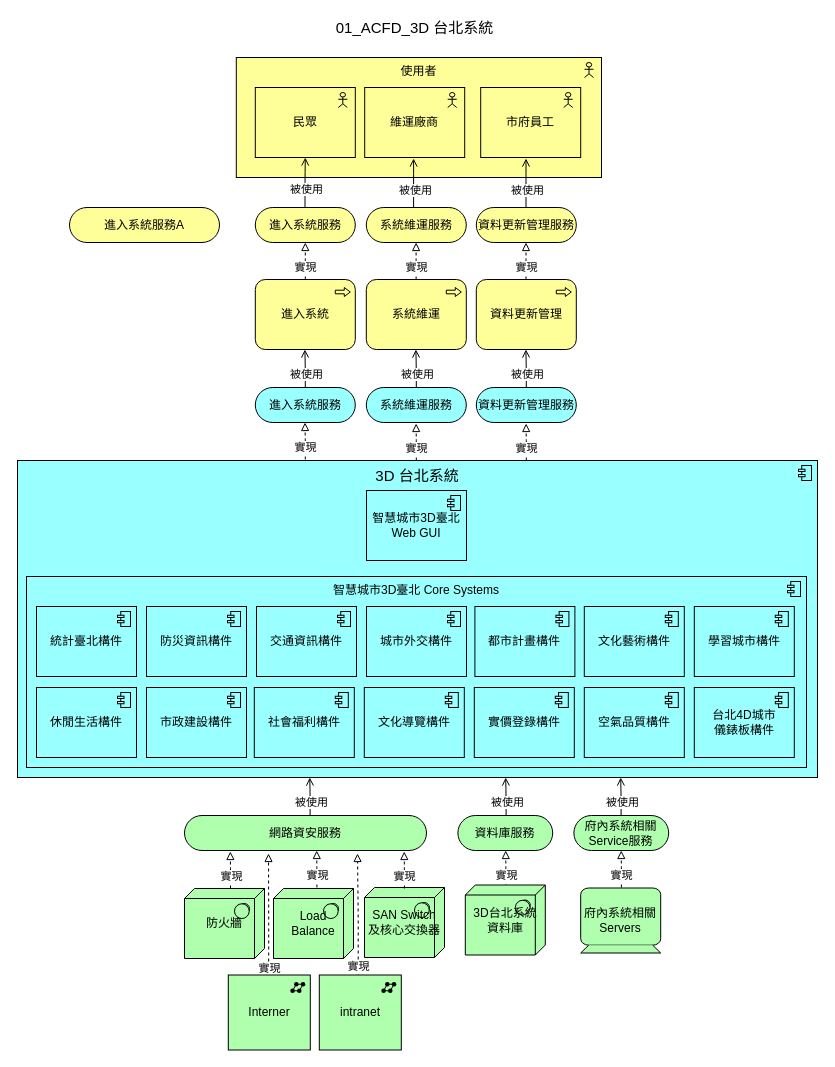
cxr0801/EA keeps this draw.io diagram as page "01_ACFD_3D 台北系統" (1 of 17) of 3D.drawio. Above is the earlier version. Source tidied: cells renumbered, new cells numbered last; positions are measured from the earlier drawing's top-left corner, leaving out a move shared by most shapes. Both pictures are drawn from the tidied source at 100%, with x=0, y=0 at pixel (17, 17).
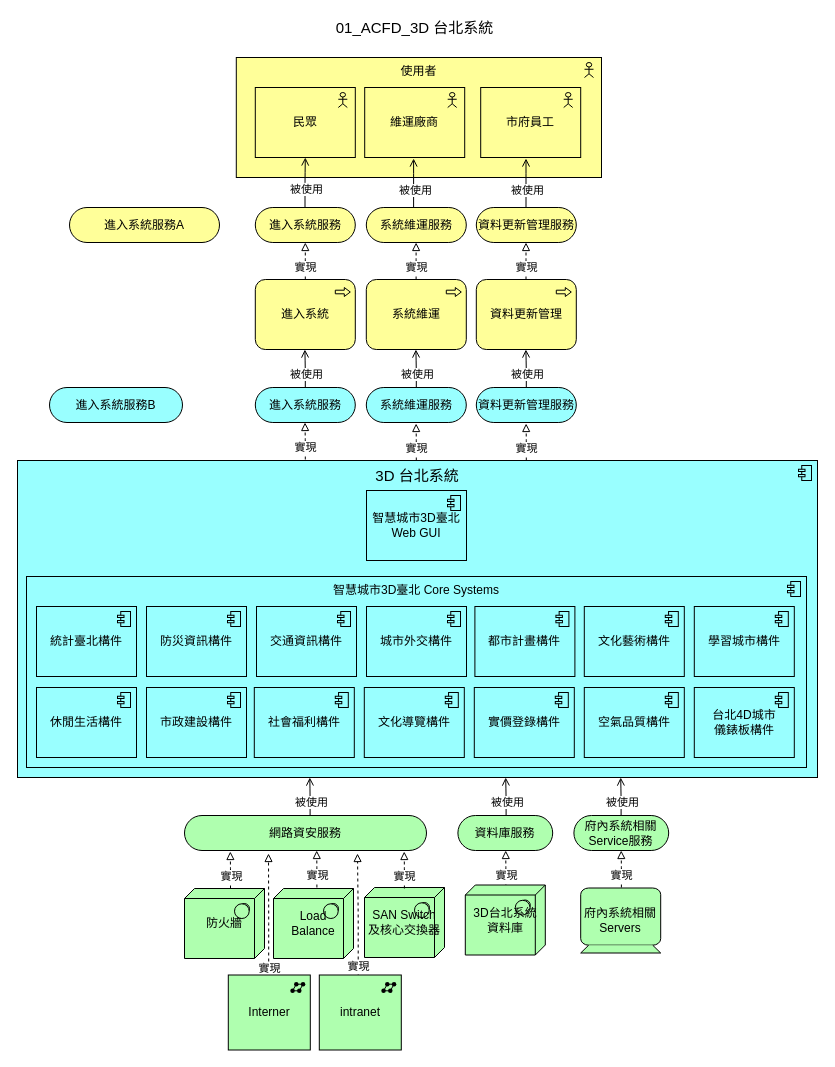
Above is the later version.

Commit message:
3D.drawio_員工B_Archi修改

Diff of the diagram source:
```diff
@@
+    <mxCell id="88" value="進入系統服務B" style="html=1;whiteSpace=wrap;fillColor=#99ffff;shape=mxgraph.archimate3.service;" parent="1" vertex="1">
+      <mxGeometry x="32" y="370" width="133" height="35" as="geometry" />
+    </mxCell>
```
